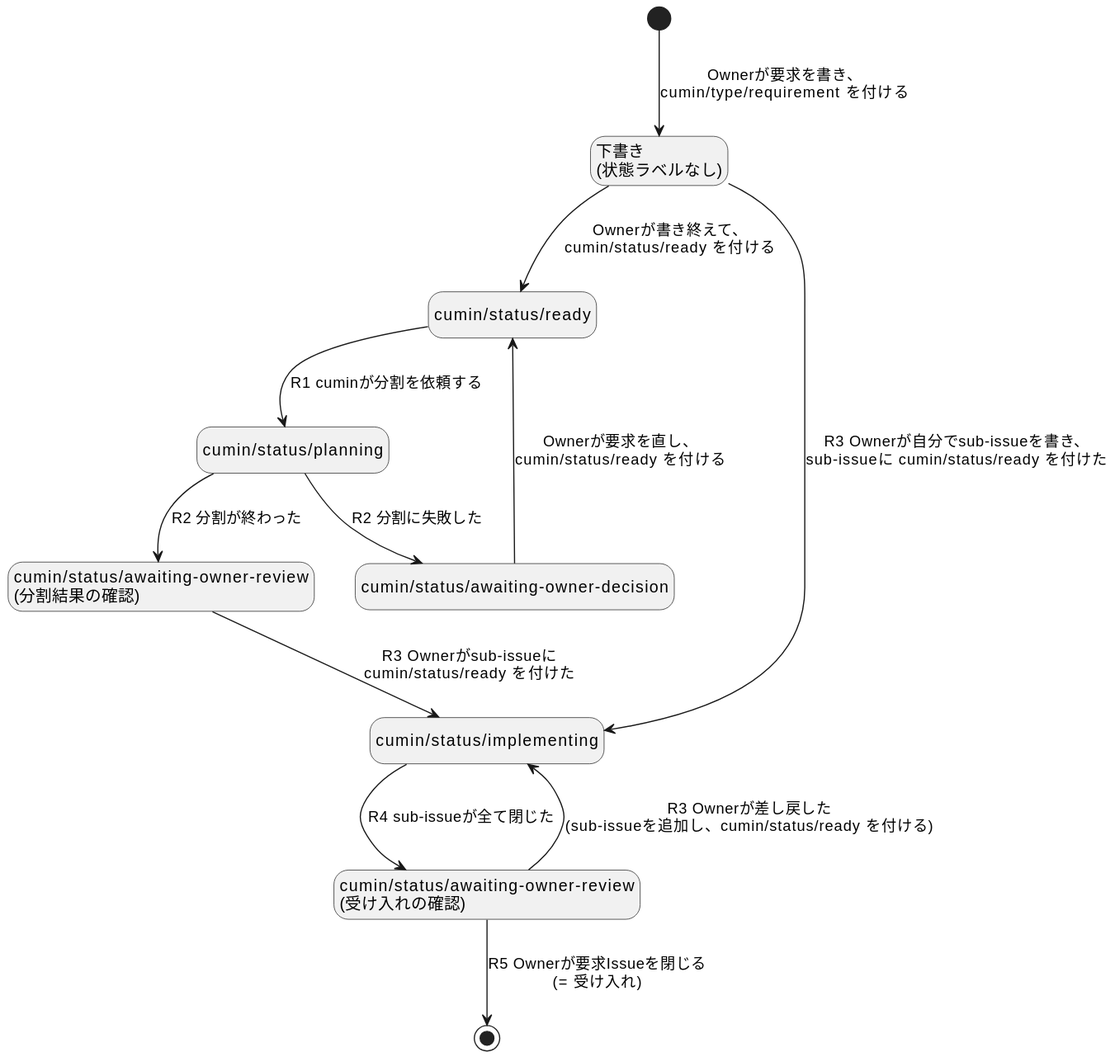
Before: docs/ja/requirements/workflow/requirement-issue-states.svg, a diagram exported from PlantUML (cloveclovedev/cumin-works).
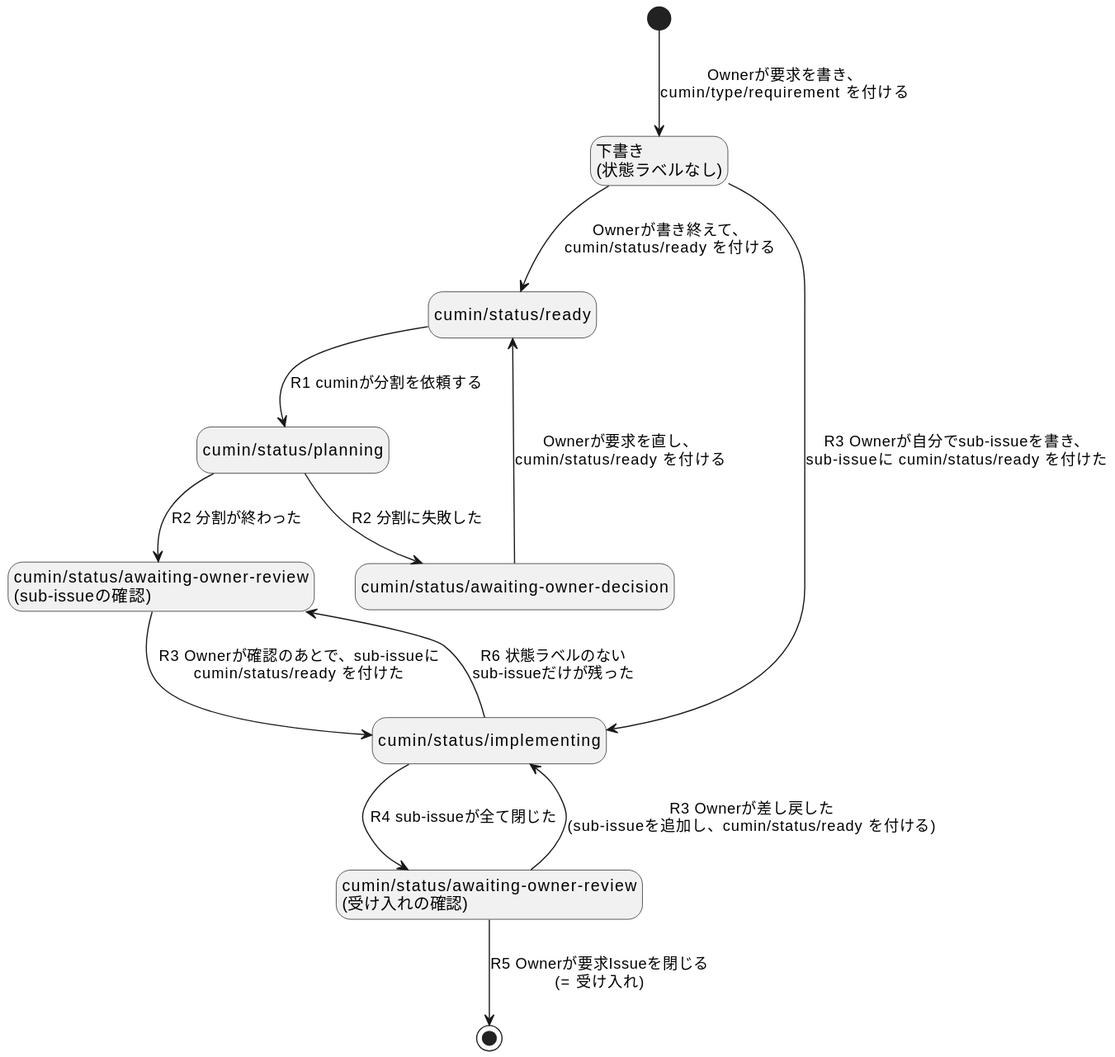
After the change.

What changed in the source:
```diff
@@ -5,7 +5,7 @@
 state "下書き\n(状態ラベルなし)" as Draft
 state "cumin/status/ready" as Ready
 state "cumin/status/planning" as Planning
-state "cumin/status/awaiting-owner-review\n(分割結果の確認)" as PlanReview
+state "cumin/status/awaiting-owner-review\n(sub-issueの確認)" as PlanReview
 state "cumin/status/implementing" as Implementing
 state "cumin/status/awaiting-owner-review\n(受け入れの確認)" as Acceptance
 state "cumin/status/awaiting-owner-decision" as Decision
@@ -17,8 +17,9 @@
 Planning --> Decision : R2 分割に失敗した
 Decision --> Ready : Ownerが要求を直し、\ncumin/status/ready を付ける
 Ready --> Planning : R1 cuminが分割を依頼する
-PlanReview --> Implementing : R3 Ownerがsub-issueに\ncumin/status/ready を付けた
+PlanReview --> Implementing : R3 Ownerが確認のあとで、sub-issueに\ncumin/status/ready を付けた
 Implementing --> Acceptance : R4 sub-issueが全て閉じた
+Implementing --> PlanReview : R6 状態ラベルのない\nsub-issueだけが残った
 Acceptance --> Implementing : R3 Ownerが差し戻した\n(sub-issueを追加し、cumin/status/ready を付ける)
 Acceptance --> [*] : R5 Ownerが要求Issueを閉じる\n(= 受け入れ)
 @enduml
```
